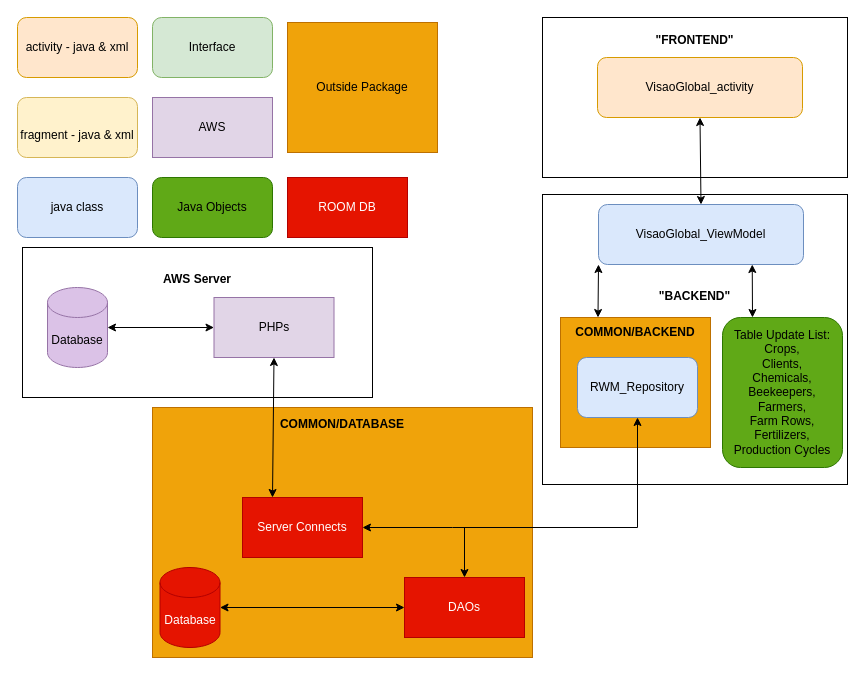
Before: page "Overview" (2 of 11) of Untitled Diagram.drawio in BenBladow/rw_android_uml, a draw.io diagram. Source tidied: cells renumbered, new cells numbered last; positions are measured from the earlier drawing's top-left corner, leaving out a move shared by most shapes. Both pictures are drawn from the tidied source at 100%, with x=0, y=0 at pixel (17, 17).
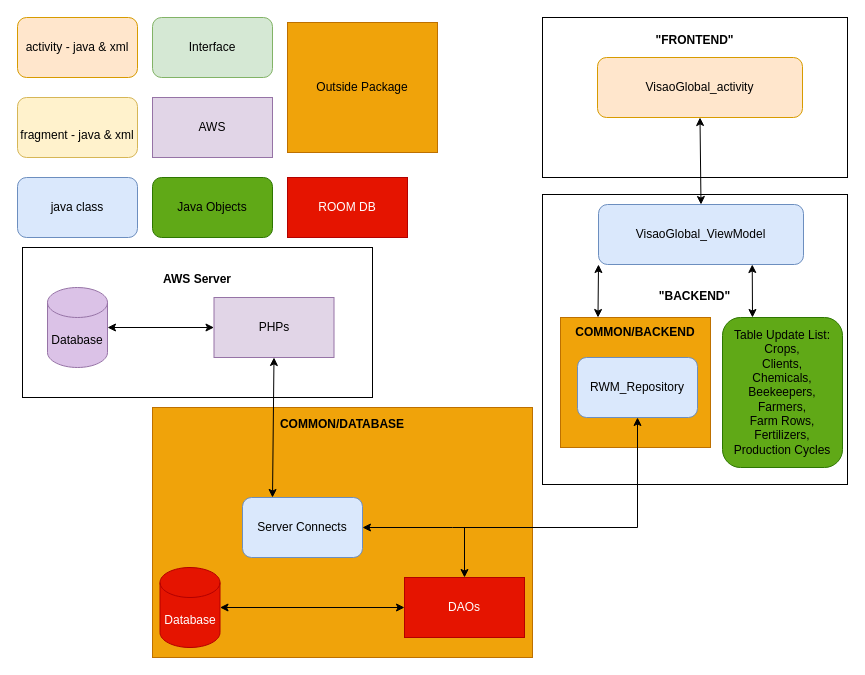
The same diagram, later.

Diff of the diagram source:
```diff
@@
-    <mxCell id="22" value="Server Connects" style="rounded=0;whiteSpace=wrap;html=1;fillColor=#e51400;strokeColor=#B20000;fontColor=#ffffff;" parent="1" vertex="1">
+    <mxCell id="22" value="Server Connects" style="rounded=1;whiteSpace=wrap;html=1;fillColor=#dae8fc;strokeColor=#6c8ebf;" parent="1" vertex="1">
       <mxGeometry x="225" y="480" width="120" height="60" as="geometry" />
     </mxCell>
```
